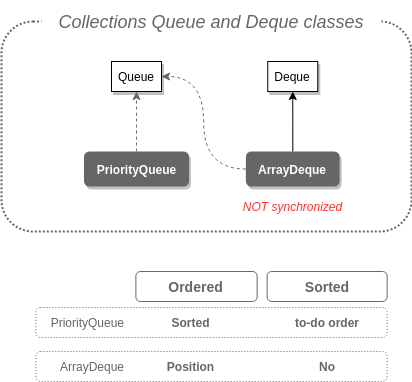
Before: generics_and_collections/readme_resources/collections-queue-deque-classes.png, a diagram exported from draw.io (giuseppeiacono/OCP-Java-SE-8). Source tidied: cells renumbered, new cells last; positions are measured from the earlier drawing's top-left corner, leaving out a move shared by most shapes. Its diagram source:
```xml
<mxGraphModel>
  <root>
    <mxCell id="0" />
    <mxCell id="1" parent="0" />
    <mxCell id="2" style="rounded=1;whiteSpace=wrap;html=1;strokeColor=#666666;fillColor=none;fontColor=#666666;align=left;dashed=1;dashPattern=1 2;" parent="1" vertex="1">
      <mxGeometry x="34.4" y="306" width="351.2" height="30" as="geometry" />
    </mxCell>
    <mxCell id="3" style="rounded=1;whiteSpace=wrap;html=1;shadow=0;fontSize=22;dashed=1;dashPattern=1 1;strokeColor=#666666;strokeWidth=2;fontColor=#666666;" parent="1" vertex="1">
      <mxGeometry y="20" width="410" height="210" as="geometry" />
    </mxCell>
    <mxCell id="4" value="Queue" style="rounded=0;whiteSpace=wrap;html=1;shadow=1;" parent="1" vertex="1">
      <mxGeometry x="110" y="60" width="50" height="30" as="geometry" />
    </mxCell>
    <mxCell id="5" style="edgeStyle=orthogonalEdgeStyle;jettySize=auto;html=1;entryX=0.5;entryY=1;entryDx=0;entryDy=0;dashed=1;strokeColor=#666666;fontColor=#663300;curved=1;exitX=0.5;exitY=0;exitDx=0;exitDy=0;" parent="1" edge="1" source="6" target="4">
      <mxGeometry relative="1" as="geometry" />
    </mxCell>
    <mxCell id="6" value="PriorityQueue" style="rounded=1;whiteSpace=wrap;html=1;strokeColor=none;fillColor=#666666;fontColor=#FFFFFF;fontStyle=1;shadow=1;" parent="1" vertex="1">
      <mxGeometry x="82.5" y="150" width="105" height="35" as="geometry" />
    </mxCell>
    <mxCell id="7" style="edgeStyle=orthogonalEdgeStyle;curved=1;jettySize=auto;html=1;entryX=1;entryY=0.5;entryDx=0;entryDy=0;dashed=1;strokeColor=#666666;" parent="1" edge="1" source="9" target="4">
      <mxGeometry relative="1" as="geometry" />
    </mxCell>
    <mxCell id="8" style="edgeStyle=orthogonalEdgeStyle;rounded=0;jettySize=auto;html=1;entryX=0.5;entryY=1;entryDx=0;entryDy=0;" parent="1" edge="1" source="9" target="20">
      <mxGeometry relative="1" as="geometry" />
    </mxCell>
    <mxCell id="9" value="ArrayDeque" style="rounded=1;whiteSpace=wrap;html=1;strokeColor=none;fillColor=#666666;fontColor=#FFFFFF;fontStyle=1;shadow=1;" parent="1" vertex="1">
      <mxGeometry x="244.4" y="150" width="93.8" height="35" as="geometry" />
    </mxCell>
    <mxCell id="10" value="&lt;span style=&quot;text-align: center;&quot;&gt;PriorityQueue&lt;/span&gt;" style="text;html=1;align=right;verticalAlign=middle;fontColor=#666666;fontStyle=0;" parent="1" vertex="1">
      <mxGeometry x="34.4" y="311" width="90" height="20" as="geometry" />
    </mxCell>
    <mxCell id="11" value="&lt;span&gt;Sorted&lt;/span&gt;" style="rounded=0;whiteSpace=wrap;html=1;dashed=1;dashPattern=1 2;strokeColor=none;fillColor=none;fontColor=#666666;align=center;fontStyle=1;" parent="1" vertex="1">
      <mxGeometry x="134.4" y="306" width="111.2" height="30" as="geometry" />
    </mxCell>
    <mxCell id="12" value="&lt;span&gt;to-do order&lt;br&gt;&lt;/span&gt;" style="rounded=0;whiteSpace=wrap;html=1;dashed=1;dashPattern=1 2;strokeColor=none;fillColor=none;fontColor=#666666;align=center;fontStyle=1;" parent="1" vertex="1">
      <mxGeometry x="265.6" y="306" width="120" height="30" as="geometry" />
    </mxCell>
    <mxCell id="13" style="rounded=1;whiteSpace=wrap;html=1;strokeColor=#666666;fillColor=none;fontColor=#666666;align=left;dashed=1;dashPattern=1 2;" parent="1" vertex="1">
      <mxGeometry x="34.4" y="350" width="351.2" height="30" as="geometry" />
    </mxCell>
    <mxCell id="14" value="ArrayDeque" style="text;html=1;align=right;verticalAlign=middle;fontColor=#666666;" parent="1" vertex="1">
      <mxGeometry x="44.4" y="355" width="80" height="20" as="geometry" />
    </mxCell>
    <mxCell id="15" value="Position&lt;span&gt;&lt;br&gt;&lt;/span&gt;" style="rounded=0;whiteSpace=wrap;html=1;dashed=1;dashPattern=1 2;strokeColor=none;fillColor=none;fontColor=#666666;align=center;fontStyle=1;" parent="1" vertex="1">
      <mxGeometry x="134.4" y="350" width="111.2" height="30" as="geometry" />
    </mxCell>
    <mxCell id="16" value="&lt;span&gt;&lt;b&gt;No&lt;/b&gt;&lt;br&gt;&lt;/span&gt;" style="rounded=0;whiteSpace=wrap;html=1;dashed=1;dashPattern=1 2;strokeColor=none;fillColor=none;fontColor=#666666;align=center;fontStyle=0;" parent="1" vertex="1">
      <mxGeometry x="265.6" y="350" width="120" height="30" as="geometry" />
    </mxCell>
    <mxCell id="17" value="&lt;b&gt;Ordered&lt;/b&gt;" style="rounded=1;whiteSpace=wrap;html=1;shadow=0;glass=0;comic=0;strokeColor=#666666;fillColor=none;fontSize=14;fontColor=#666666;align=center;" parent="1" vertex="1">
      <mxGeometry x="134.4" y="270" width="121.2" height="30" as="geometry" />
    </mxCell>
    <mxCell id="18" value="&lt;b&gt;Sorted&lt;/b&gt;" style="rounded=1;whiteSpace=wrap;html=1;shadow=0;glass=0;comic=0;strokeColor=#666666;fillColor=none;fontSize=14;fontColor=#666666;align=center;" parent="1" vertex="1">
      <mxGeometry x="265.6" y="270" width="120" height="30" as="geometry" />
    </mxCell>
    <mxCell id="19" value="&lt;div&gt;&lt;span style=&quot;font-style: italic ; font-weight: 400 ; letter-spacing: normal ; text-indent: 0px ; text-transform: none ; word-spacing: 0px ; float: none ; display: inline&quot;&gt;&lt;font style=&quot;font-size: 18px&quot;&gt;&amp;nbsp;Collections Queue and Deque classes&amp;nbsp;&lt;/font&gt;&lt;/span&gt;&lt;/div&gt;" style="rounded=1;whiteSpace=wrap;html=1;shadow=0;dashed=1;dashPattern=1 1;labelBackgroundColor=none;strokeColor=none;strokeWidth=2;fillColor=#ffffff;fontFamily=Helvetica;fontSize=19;fontColor=#666666;verticalAlign=middle;align=center;" parent="1" vertex="1">
      <mxGeometry x="40" width="340" height="40" as="geometry" />
    </mxCell>
    <mxCell id="20" value="Deque" style="rounded=0;whiteSpace=wrap;html=1;shadow=1;" parent="1" vertex="1">
      <mxGeometry x="266.2" y="60" width="50" height="30" as="geometry" />
    </mxCell>
    <mxCell id="21" value="NOT synchronized" style="text;html=1;align=center;verticalAlign=middle;fontColor=#FF3333;fontStyle=2;" parent="1" vertex="1">
      <mxGeometry x="236.2" y="195" width="110" height="20" as="geometry" />
    </mxCell>
  </root>
</mxGraphModel>
```
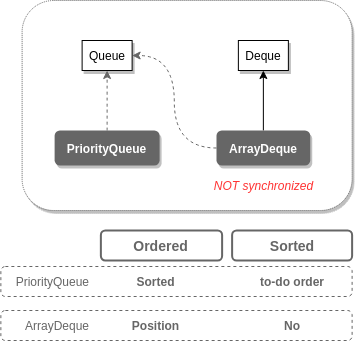
After the change.

The edit, as a diff of the source:
```diff
@@ -2,20 +2,20 @@
   <root>
     <mxCell id="0" />
     <mxCell id="1" parent="0" />
-    <mxCell id="2" style="rounded=1;whiteSpace=wrap;html=1;strokeColor=#666666;fillColor=none;fontColor=#666666;align=left;dashed=1;dashPattern=1 2;" parent="1" vertex="1">
+    <mxCell id="2" style="rounded=1;whiteSpace=wrap;html=1;strokeColor=#666666;fillColor=none;fontColor=#666666;align=left;dashed=1;" parent="1" vertex="1">
       <mxGeometry x="34.4" y="306" width="351.2" height="30" as="geometry" />
     </mxCell>
-    <mxCell id="3" style="rounded=1;whiteSpace=wrap;html=1;shadow=0;fontSize=22;dashed=1;dashPattern=1 1;strokeColor=#666666;strokeWidth=2;fontColor=#666666;" parent="1" vertex="1">
-      <mxGeometry y="20" width="410" height="210" as="geometry" />
+    <mxCell id="3" style="rounded=1;whiteSpace=wrap;html=1;shadow=1;fontSize=22;dashed=1;dashPattern=1 1;strokeColor=#666666;strokeWidth=1;fontColor=#666666;" parent="1" vertex="1">
+      <mxGeometry x="55.6" y="40" width="330" height="210" as="geometry" />
     </mxCell>
     <mxCell id="4" value="Queue" style="rounded=0;whiteSpace=wrap;html=1;shadow=1;" parent="1" vertex="1">
-      <mxGeometry x="110" y="60" width="50" height="30" as="geometry" />
+      <mxGeometry x="115.6" y="80" width="50" height="30" as="geometry" />
     </mxCell>
     <mxCell id="5" style="edgeStyle=orthogonalEdgeStyle;jettySize=auto;html=1;entryX=0.5;entryY=1;entryDx=0;entryDy=0;dashed=1;strokeColor=#666666;fontColor=#663300;curved=1;exitX=0.5;exitY=0;exitDx=0;exitDy=0;" parent="1" edge="1" source="6" target="4">
       <mxGeometry relative="1" as="geometry" />
     </mxCell>
     <mxCell id="6" value="PriorityQueue" style="rounded=1;whiteSpace=wrap;html=1;strokeColor=none;fillColor=#666666;fontColor=#FFFFFF;fontStyle=1;shadow=1;" parent="1" vertex="1">
-      <mxGeometry x="82.5" y="150" width="105" height="35" as="geometry" />
+      <mxGeometry x="88.1" y="170" width="105" height="35" as="geometry" />
     </mxCell>
     <mxCell id="7" style="edgeStyle=orthogonalEdgeStyle;curved=1;jettySize=auto;html=1;entryX=1;entryY=0.5;entryDx=0;entryDy=0;dashed=1;strokeColor=#666666;" parent="1" edge="1" source="9" target="4">
       <mxGeometry relative="1" as="geometry" />
@@ -24,7 +24,7 @@
       <mxGeometry relative="1" as="geometry" />
     </mxCell>
     <mxCell id="9" value="ArrayDeque" style="rounded=1;whiteSpace=wrap;html=1;strokeColor=none;fillColor=#666666;fontColor=#FFFFFF;fontStyle=1;shadow=1;" parent="1" vertex="1">
-      <mxGeometry x="244.4" y="150" width="93.8" height="35" as="geometry" />
+      <mxGeometry x="250" y="170" width="93.8" height="35" as="geometry" />
     </mxCell>
     <mxCell id="10" value="&lt;span style=&quot;text-align: center;&quot;&gt;PriorityQueue&lt;/span&gt;" style="text;html=1;align=right;verticalAlign=middle;fontColor=#666666;fontStyle=0;" parent="1" vertex="1">
       <mxGeometry x="34.4" y="311" width="90" height="20" as="geometry" />
@@ -35,7 +35,7 @@
     <mxCell id="12" value="&lt;span&gt;to-do order&lt;br&gt;&lt;/span&gt;" style="rounded=0;whiteSpace=wrap;html=1;dashed=1;dashPattern=1 2;strokeColor=none;fillColor=none;fontColor=#666666;align=center;fontStyle=1;" parent="1" vertex="1">
       <mxGeometry x="265.6" y="306" width="120" height="30" as="geometry" />
     </mxCell>
-    <mxCell id="13" style="rounded=1;whiteSpace=wrap;html=1;strokeColor=#666666;fillColor=none;fontColor=#666666;align=left;dashed=1;dashPattern=1 2;" parent="1" vertex="1">
+    <mxCell id="13" style="rounded=1;whiteSpace=wrap;html=1;strokeColor=#666666;fillColor=none;fontColor=#666666;align=left;dashed=1;" parent="1" vertex="1">
       <mxGeometry x="34.4" y="350" width="351.2" height="30" as="geometry" />
     </mxCell>
     <mxCell id="14" value="ArrayDeque" style="text;html=1;align=right;verticalAlign=middle;fontColor=#666666;" parent="1" vertex="1">
@@ -47,20 +47,17 @@
     <mxCell id="16" value="&lt;span&gt;&lt;b&gt;No&lt;/b&gt;&lt;br&gt;&lt;/span&gt;" style="rounded=0;whiteSpace=wrap;html=1;dashed=1;dashPattern=1 2;strokeColor=none;fillColor=none;fontColor=#666666;align=center;fontStyle=0;" parent="1" vertex="1">
       <mxGeometry x="265.6" y="350" width="120" height="30" as="geometry" />
     </mxCell>
-    <mxCell id="17" value="&lt;b&gt;Ordered&lt;/b&gt;" style="rounded=1;whiteSpace=wrap;html=1;shadow=0;glass=0;comic=0;strokeColor=#666666;fillColor=none;fontSize=14;fontColor=#666666;align=center;" parent="1" vertex="1">
+    <mxCell id="17" value="&lt;b&gt;Ordered&lt;/b&gt;" style="rounded=1;whiteSpace=wrap;html=1;shadow=0;glass=0;comic=0;strokeColor=#666666;fillColor=none;fontSize=14;fontColor=#666666;align=center;strokeWidth=2;" parent="1" vertex="1">
       <mxGeometry x="134.4" y="270" width="121.2" height="30" as="geometry" />
     </mxCell>
-    <mxCell id="18" value="&lt;b&gt;Sorted&lt;/b&gt;" style="rounded=1;whiteSpace=wrap;html=1;shadow=0;glass=0;comic=0;strokeColor=#666666;fillColor=none;fontSize=14;fontColor=#666666;align=center;" parent="1" vertex="1">
+    <mxCell id="18" value="&lt;b&gt;Sorted&lt;/b&gt;" style="rounded=1;whiteSpace=wrap;html=1;shadow=0;glass=0;comic=0;strokeColor=#666666;fillColor=none;fontSize=14;fontColor=#666666;align=center;strokeWidth=2;" parent="1" vertex="1">
       <mxGeometry x="265.6" y="270" width="120" height="30" as="geometry" />
     </mxCell>
-    <mxCell id="19" value="&lt;div&gt;&lt;span style=&quot;font-style: italic ; font-weight: 400 ; letter-spacing: normal ; text-indent: 0px ; text-transform: none ; word-spacing: 0px ; float: none ; display: inline&quot;&gt;&lt;font style=&quot;font-size: 18px&quot;&gt;&amp;nbsp;Collections Queue and Deque classes&amp;nbsp;&lt;/font&gt;&lt;/span&gt;&lt;/div&gt;" style="rounded=1;whiteSpace=wrap;html=1;shadow=0;dashed=1;dashPattern=1 1;labelBackgroundColor=none;strokeColor=none;strokeWidth=2;fillColor=#ffffff;fontFamily=Helvetica;fontSize=19;fontColor=#666666;verticalAlign=middle;align=center;" parent="1" vertex="1">
-      <mxGeometry x="40" width="340" height="40" as="geometry" />
-    </mxCell>
     <mxCell id="20" value="Deque" style="rounded=0;whiteSpace=wrap;html=1;shadow=1;" parent="1" vertex="1">
-      <mxGeometry x="266.2" y="60" width="50" height="30" as="geometry" />
+      <mxGeometry x="271.9" y="80" width="50" height="30" as="geometry" />
     </mxCell>
     <mxCell id="21" value="NOT synchronized" style="text;html=1;align=center;verticalAlign=middle;fontColor=#FF3333;fontStyle=2;" parent="1" vertex="1">
-      <mxGeometry x="236.2" y="195" width="110" height="20" as="geometry" />
+      <mxGeometry x="241.9" y="215" width="110" height="20" as="geometry" />
     </mxCell>
   </root>
 </mxGraphModel>
```
